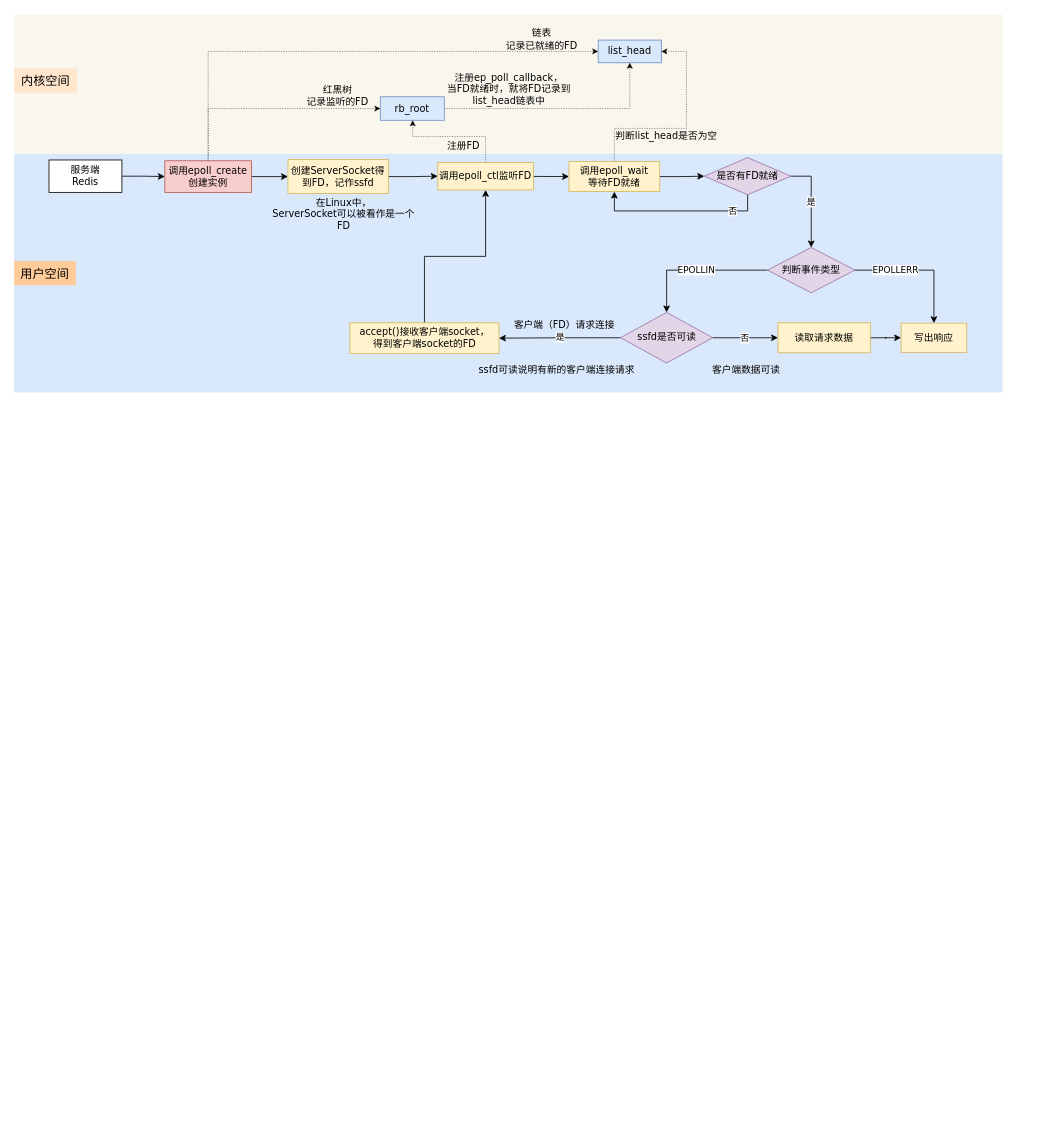
Before: Redis网络模型.drawio in Doing-code/diagrams, a draw.io diagram. Source tidied: cells renumbered, new cells numbered last; positions are measured from the earlier drawing's top-left corner, leaving out a move shared by most shapes. Both pictures are drawn from the tidied source at 81%, with x=0, y=0 at pixel (14, 14).
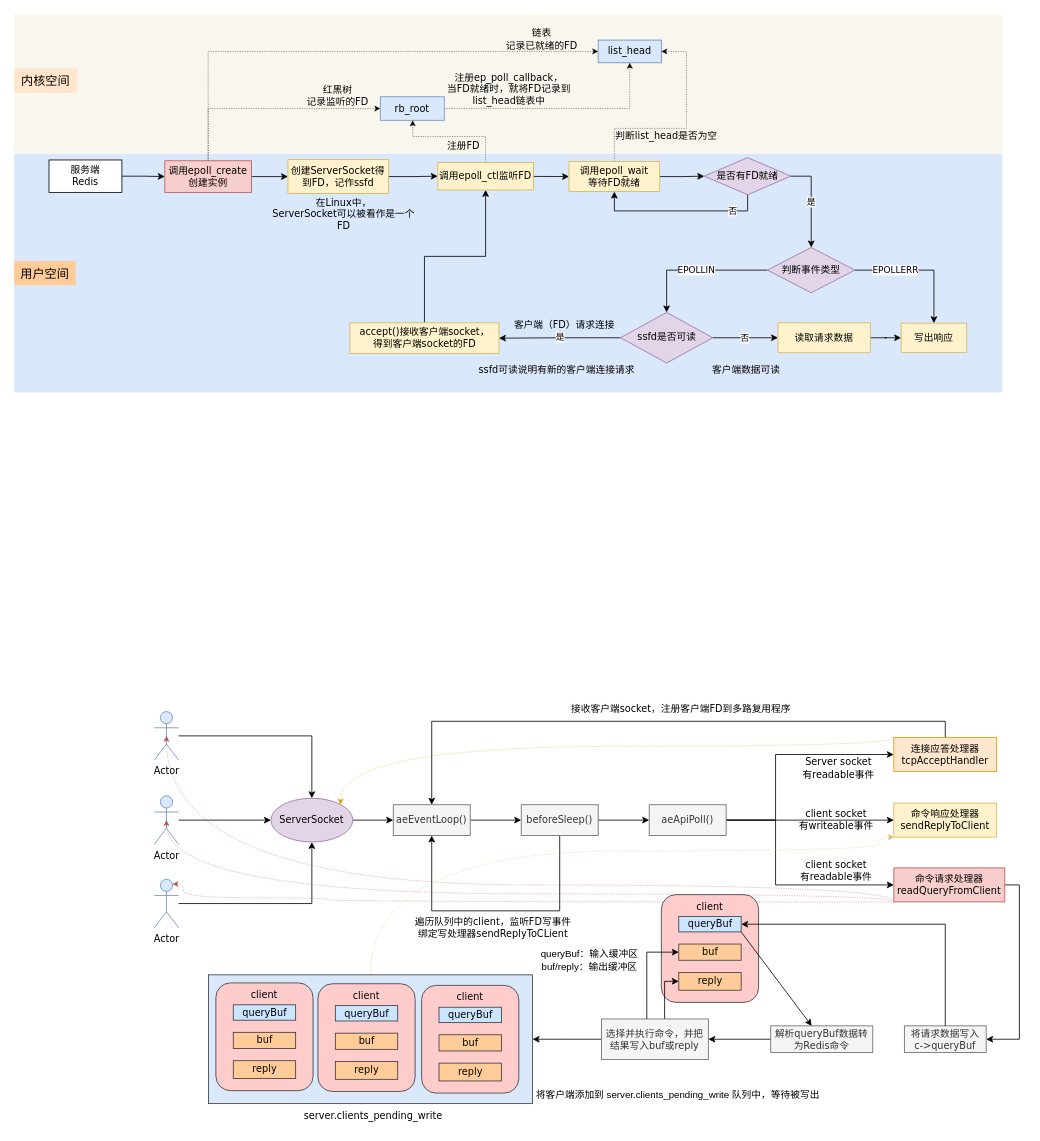
Above is the later version.

Commit message (it also covers changes not shown here):
更新Redis网络模型.drawio

What changed in the source:
```diff
@@
+    <mxCell id="46" style="edgeStyle=orthogonalEdgeStyle;rounded=0;jettySize=auto;html=1;fontFamily=Verdana;" parent="1" edge="1" source="47" target="53">
+      <mxGeometry relative="1" as="geometry" />
+    </mxCell>
+    <mxCell id="47" value="Actor" style="shape=umlActor;verticalLabelPosition=bottom;verticalAlign=top;html=1;outlineConnect=0;fontFamily=Verdana;fillColor=#dae8fc;strokeColor=#6c8ebf;" parent="1" vertex="1">
+      <mxGeometry x="173" y="861" width="30" height="60" as="geometry" />
+    </mxCell>
+    <mxCell id="48" style="edgeStyle=orthogonalEdgeStyle;rounded=0;jettySize=auto;html=1;fontFamily=Verdana;" parent="1" edge="1" source="49" target="53">
+      <mxGeometry relative="1" as="geometry" />
+    </mxCell>
+    <mxCell id="49" value="Actor" style="shape=umlActor;verticalLabelPosition=bottom;verticalAlign=top;html=1;outlineConnect=0;fontFamily=Verdana;fillColor=#dae8fc;strokeColor=#6c8ebf;" parent="1" vertex="1">
+      <mxGeometry x="173" y="965" width="30" height="60" as="geometry" />
+    </mxCell>
+    <mxCell id="50" style="edgeStyle=orthogonalEdgeStyle;rounded=0;jettySize=auto;html=1;fontFamily=Verdana;" parent="1" edge="1" source="51" target="53">
+      <mxGeometry relative="1" as="geometry" />
+    </mxCell>
+    <mxCell id="51" value="Actor" style="shape=umlActor;verticalLabelPosition=bottom;verticalAlign=top;html=1;outlineConnect=0;fontFamily=Verdana;fillColor=#dae8fc;strokeColor=#6c8ebf;" parent="1" vertex="1">
+      <mxGeometry x="173" y="1068" width="30" height="60" as="geometry" />
+    </mxCell>
+    <mxCell id="52" style="edgeStyle=orthogonalEdgeStyle;rounded=0;jettySize=auto;html=1;fontFamily=Verdana;" parent="1" edge="1" source="53" target="55">
+      <mxGeometry relative="1" as="geometry" />
+    </mxCell>
+    <mxCell id="53" value="ServerSocket" style="ellipse;whiteSpace=wrap;html=1;fontFamily=Verdana;fillColor=#e1d5e7;strokeColor=#9673a6;" parent="1" vertex="1">
+      <mxGeometry x="317" y="968" width="101" height="54" as="geometry" />
+    </mxCell>
+    <mxCell id="54" style="edgeStyle=orthogonalEdgeStyle;rounded=0;jettySize=auto;html=1;fontFamily=Verdana;" parent="1" edge="1" source="55" target="58">
+      <mxGeometry relative="1" as="geometry" />
+    </mxCell>
+    <mxCell id="55" value="aeEventLoop()" style="rounded=0;whiteSpace=wrap;html=1;fontFamily=Verdana;fillColor=#f5f5f5;fontColor=#333333;strokeColor=#666666;" parent="1" vertex="1">
+      <mxGeometry x="468" y="976" width="95" height="38" as="geometry" />
+    </mxCell>
+    <mxCell id="56" style="edgeStyle=orthogonalEdgeStyle;rounded=0;jettySize=auto;html=1;fontFamily=Verdana;" parent="1" edge="1" source="58" target="62">
+      <mxGeometry relative="1" as="geometry" />
+    </mxCell>
+    <mxCell id="57" style="edgeStyle=orthogonalEdgeStyle;rounded=0;jettySize=auto;html=1;entryX=0.5;entryY=1;entryDx=0;entryDy=0;exitX=0.5;exitY=1;exitDx=0;exitDy=0;fontFamily=Verdana;" parent="1" edge="1" source="58" target="55">
+      <mxGeometry relative="1" as="geometry">
+        <Array as="points">
+          <mxPoint x="674" y="1107" />
+          <mxPoint x="516" y="1107" />
+        </Array>
+      </mxGeometry>
+    </mxCell>
+    <mxCell id="58" value="beforeSleep()" style="rounded=0;whiteSpace=wrap;html=1;fontFamily=Verdana;fillColor=#f5f5f5;fontColor=#333333;strokeColor=#666666;" parent="1" vertex="1">
+      <mxGeometry x="626" y="976" width="95" height="38" as="geometry" />
+    </mxCell>
+    <mxCell id="59" style="edgeStyle=orthogonalEdgeStyle;rounded=0;jettySize=auto;html=1;fontFamily=Verdana;" parent="1" edge="1" source="62" target="71">
+      <mxGeometry relative="1" as="geometry" />
+    </mxCell>
+    <mxCell id="60" style="edgeStyle=orthogonalEdgeStyle;rounded=0;jettySize=auto;html=1;entryX=0;entryY=0.5;entryDx=0;entryDy=0;fontFamily=Verdana;" parent="1" edge="1" source="62" target="65">
+      <mxGeometry relative="1" as="geometry">
+        <Array as="points">
+          <mxPoint x="940" y="995" />
+          <mxPoint x="940" y="914" />
+        </Array>
+      </mxGeometry>
+    </mxCell>
+    <mxCell id="61" style="edgeStyle=orthogonalEdgeStyle;rounded=0;jettySize=auto;html=1;entryX=0;entryY=0.5;entryDx=0;entryDy=0;fontFamily=Verdana;" parent="1" edge="1" source="62" target="70">
+      <mxGeometry relative="1" as="geometry">
+        <Array as="points">
+          <mxPoint x="940" y="995" />
+          <mxPoint x="940" y="1075" />
+        </Array>
+      </mxGeometry>
+    </mxCell>
+    <mxCell id="62" value="aeApiPoll()" style="rounded=0;whiteSpace=wrap;html=1;fontFamily=Verdana;fillColor=#f5f5f5;fontColor=#333333;strokeColor=#666666;" parent="1" vertex="1">
+      <mxGeometry x="784" y="976" width="95" height="38" as="geometry" />
+    </mxCell>
+    <mxCell id="63" style="edgeStyle=orthogonalEdgeStyle;rounded=0;jettySize=auto;html=1;exitX=0.5;exitY=0;exitDx=0;exitDy=0;fontFamily=Verdana;" parent="1" edge="1" source="65" target="55">
+      <mxGeometry relative="1" as="geometry" />
+    </mxCell>
+    <mxCell id="64" style="edgeStyle=orthogonalEdgeStyle;rounded=0;jettySize=auto;html=1;exitX=0;exitY=0;exitDx=0;exitDy=0;entryX=1;entryY=0;entryDx=0;entryDy=0;curved=1;dashed=1;strokeWidth=0.5;fontFamily=Verdana;fillColor=#ffe6cc;strokeColor=#d79b00;" parent="1" edge="1" source="65" target="53">
+      <mxGeometry relative="1" as="geometry">
+        <Array as="points">
+          <mxPoint x="1086" y="904" />
+          <mxPoint x="403" y="904" />
+        </Array>
+      </mxGeometry>
+    </mxCell>
+    <mxCell id="65" value="连接应答处理器&lt;br&gt;tcpAcceptHandler" style="rounded=0;whiteSpace=wrap;html=1;fontFamily=Verdana;fillColor=#ffe6cc;strokeColor=#d79b00;" parent="1" vertex="1">
+      <mxGeometry x="1086" y="893" width="127" height="42" as="geometry" />
+    </mxCell>
+    <mxCell id="66" style="edgeStyle=orthogonalEdgeStyle;rounded=0;jettySize=auto;html=1;entryX=1;entryY=0.5;entryDx=0;entryDy=0;exitX=1;exitY=0.5;exitDx=0;exitDy=0;fontFamily=Verdana;" parent="1" edge="1" source="70" target="72">
+      <mxGeometry relative="1" as="geometry">
+        <Array as="points">
+          <mxPoint x="1241" y="1076" />
+          <mxPoint x="1241" y="1265" />
+          <mxPoint x="1217" y="1265" />
+        </Array>
+      </mxGeometry>
+    </mxCell>
+    <mxCell id="67" style="edgeStyle=orthogonalEdgeStyle;rounded=0;jettySize=auto;html=1;exitX=0;exitY=1;exitDx=0;exitDy=0;entryX=0.5;entryY=0.5;entryDx=0;entryDy=0;entryPerimeter=0;curved=1;dashed=1;strokeWidth=0.5;fontFamily=Verdana;fillColor=#f8cecc;strokeColor=#b85450;" parent="1" edge="1" source="70" target="47">
+      <mxGeometry relative="1" as="geometry">
+        <Array as="points">
+          <mxPoint x="1086" y="1075" />
+          <mxPoint x="188" y="1075" />
+        </Array>
+      </mxGeometry>
+    </mxCell>
+    <mxCell id="68" style="edgeStyle=orthogonalEdgeStyle;rounded=0;jettySize=auto;html=1;exitX=0;exitY=1;exitDx=0;exitDy=0;entryX=0.5;entryY=0.5;entryDx=0;entryDy=0;entryPerimeter=0;curved=1;dashed=1;strokeWidth=0.5;fontFamily=Verdana;fillColor=#f8cecc;strokeColor=#b85450;" parent="1" edge="1" source="70" target="49">
+      <mxGeometry relative="1" as="geometry">
+        <Array as="points">
+          <mxPoint x="1086" y="1086" />
+          <mxPoint x="188" y="1086" />
+        </Array>
+      </mxGeometry>
+    </mxCell>
+    <mxCell id="69" style="edgeStyle=orthogonalEdgeStyle;rounded=0;jettySize=auto;html=1;exitX=0;exitY=1;exitDx=0;exitDy=0;curved=1;dashed=1;strokeWidth=0.5;entryX=0.75;entryY=0.1;entryDx=0;entryDy=0;entryPerimeter=0;fontFamily=Verdana;fillColor=#f8cecc;strokeColor=#b85450;" parent="1" edge="1" source="70" target="51">
+      <mxGeometry relative="1" as="geometry">
+        <Array as="points">
+          <mxPoint x="392" y="1096" />
+          <mxPoint x="392" y="1091" />
+          <mxPoint x="209" y="1091" />
+          <mxPoint x="209" y="1074" />
+        </Array>
+      </mxGeometry>
+    </mxCell>
+    <mxCell id="70" value="命令请求处理器&lt;br&gt;readQueryFromClient" style="rounded=0;whiteSpace=wrap;html=1;fontFamily=Verdana;fillColor=#f8cecc;strokeColor=#b85450;" parent="1" vertex="1">
+      <mxGeometry x="1086" y="1054" width="137" height="42" as="geometry" />
+    </mxCell>
+    <mxCell id="71" value="命令响应处理器&lt;br&gt;sendReplyToClient" style="rounded=0;whiteSpace=wrap;html=1;fontFamily=Verdana;fillColor=#fff2cc;strokeColor=#d6b656;" parent="1" vertex="1">
+      <mxGeometry x="1086" y="974" width="127" height="42" as="geometry" />
+    </mxCell>
+    <mxCell id="72" value="将请求数据写入 &lt;br&gt;c-&amp;gt;queryBuf" style="rounded=0;whiteSpace=wrap;html=1;fontFamily=Verdana;fillColor=#f5f5f5;fontColor=#333333;strokeColor=#666666;" parent="1" vertex="1">
+      <mxGeometry x="1099" y="1249" width="101" height="33" as="geometry" />
+    </mxCell>
+    <mxCell id="73" style="rounded=1;whiteSpace=wrap;html=1;fontFamily=Verdana;fillColor=#ffcccc;strokeColor=#36393d;" parent="1" vertex="1">
+      <mxGeometry x="799" y="1087" width="120" height="133" as="geometry" />
+    </mxCell>
+    <mxCell id="74" style="rounded=0;jettySize=auto;html=1;exitX=1;exitY=1;exitDx=0;exitDy=0;fontFamily=Verdana;" parent="1" edge="1" source="75" target="80">
+      <mxGeometry relative="1" as="geometry" />
+    </mxCell>
+    <mxCell id="75" value="queryBuf" style="rounded=0;whiteSpace=wrap;html=1;fontFamily=Verdana;fillColor=#cce5ff;strokeColor=#36393d;" parent="1" vertex="1">
+      <mxGeometry x="820.5" y="1114" width="77" height="19" as="geometry" />
+    </mxCell>
+    <mxCell id="76" value="client" style="text;html=1;strokeColor=none;fillColor=none;align=center;verticalAlign=middle;whiteSpace=wrap;rounded=0;fontFamily=Verdana;" parent="1" vertex="1">
+      <mxGeometry x="829" y="1087" width="60" height="30" as="geometry" />
+    </mxCell>
+    <mxCell id="77" value="buf" style="rounded=0;whiteSpace=wrap;html=1;fontFamily=Verdana;fillColor=#ffcc99;strokeColor=#36393d;" parent="1" vertex="1">
+      <mxGeometry x="820.5" y="1148" width="77" height="20" as="geometry" />
+    </mxCell>
+    <mxCell id="78" value="reply" style="rounded=0;whiteSpace=wrap;html=1;fontFamily=Verdana;fillColor=#ffcc99;strokeColor=#36393d;" parent="1" vertex="1">
+      <mxGeometry x="820.5" y="1183" width="77" height="22" as="geometry" />
+    </mxCell>
+    <mxCell id="79" style="edgeStyle=orthogonalEdgeStyle;rounded=0;jettySize=auto;html=1;fontFamily=Verdana;" parent="1" edge="1" source="80" target="84">
+      <mxGeometry relative="1" as="geometry" />
+    </mxCell>
+    <mxCell id="80" value="解析queryBuf数据转为Redis命令" style="rounded=0;whiteSpace=wrap;html=1;fontFamily=Verdana;fillColor=#f5f5f5;fontColor=#333333;strokeColor=#666666;" parent="1" vertex="1">
+      <mxGeometry x="934" y="1249" width="126" height="33" as="geometry" />
+    </mxCell>
+    <mxCell id="81" style="edgeStyle=orthogonalEdgeStyle;rounded=0;jettySize=auto;html=1;entryX=0;entryY=0.5;entryDx=0;entryDy=0;fontFamily=Verdana;" parent="1" edge="1" source="84" target="77">
+      <mxGeometry relative="1" as="geometry">
+        <Array as="points">
+          <mxPoint x="781" y="1158" />
+        </Array>
+      </mxGeometry>
+    </mxCell>
+    <mxCell id="82" style="edgeStyle=orthogonalEdgeStyle;rounded=0;jettySize=auto;html=1;entryX=0;entryY=0.5;entryDx=0;entryDy=0;fontFamily=Verdana;" parent="1" edge="1" source="84" target="78">
+      <mxGeometry relative="1" as="geometry">
+        <Array as="points">
+          <mxPoint x="803" y="1194" />
+        </Array>
+      </mxGeometry>
+    </mxCell>
+    <mxCell id="83" style="edgeStyle=orthogonalEdgeStyle;rounded=0;jettySize=auto;html=1;entryX=1;entryY=0.5;entryDx=0;entryDy=0;fontFamily=Verdana;" parent="1" edge="1" source="84">
+      <mxGeometry relative="1" as="geometry">
+        <mxPoint x="640" y="1265.5" as="targetPoint" />
+      </mxGeometry>
+    </mxCell>
+    <mxCell id="84" value="选择并执行命令，并把结果写入buf或reply" style="rounded=0;whiteSpace=wrap;html=1;fontFamily=Verdana;fillColor=#f5f5f5;fontColor=#333333;strokeColor=#666666;" parent="1" vertex="1">
+      <mxGeometry x="725" y="1240.5" width="132" height="50" as="geometry" />
+    </mxCell>
+    <mxCell id="85" style="edgeStyle=orthogonalEdgeStyle;rounded=0;jettySize=auto;html=1;entryX=1;entryY=0.5;entryDx=0;entryDy=0;exitX=0.5;exitY=0;exitDx=0;exitDy=0;fontFamily=Verdana;" parent="1" edge="1" source="72" target="75">
+      <mxGeometry relative="1" as="geometry" />
+    </mxCell>
+    <mxCell id="86" value="Server socket&lt;br&gt;有readable事件" style="text;html=1;strokeColor=none;fillColor=none;align=center;verticalAlign=middle;whiteSpace=wrap;rounded=0;fontFamily=Verdana;" parent="1" vertex="1">
+      <mxGeometry x="970" y="913" width="96" height="35" as="geometry" />
+    </mxCell>
+    <mxCell id="87" value="client socket&lt;br&gt;有writeable事件" style="text;html=1;strokeColor=none;fillColor=none;align=center;verticalAlign=middle;whiteSpace=wrap;rounded=0;fontFamily=Verdana;" parent="1" vertex="1">
+      <mxGeometry x="967" y="977" width="96" height="35" as="geometry" />
+    </mxCell>
+    <mxCell id="88" value="client socket&lt;br&gt;有readable事件" style="text;html=1;strokeColor=none;fillColor=none;align=center;verticalAlign=middle;whiteSpace=wrap;rounded=0;fontFamily=Verdana;" parent="1" vertex="1">
+      <mxGeometry x="967" y="1039" width="96" height="35" as="geometry" />
+    </mxCell>
+    <mxCell id="89" style="edgeStyle=orthogonalEdgeStyle;rounded=0;jettySize=auto;html=1;exitX=0.5;exitY=0;exitDx=0;exitDy=0;entryX=0;entryY=1;entryDx=0;entryDy=0;curved=1;dashed=1;strokeWidth=0.5;fontFamily=Verdana;fillColor=#fff2cc;strokeColor=#d6b656;" parent="1" edge="1" target="71">
+      <mxGeometry relative="1" as="geometry">
+        <mxPoint x="440" y="1186" as="sourcePoint" />
+        <Array as="points">
+          <mxPoint x="440" y="1033" />
+          <mxPoint x="1068" y="1033" />
+          <mxPoint x="1068" y="1016" />
+        </Array>
+      </mxGeometry>
+    </mxCell>
+    <mxCell id="90" value="接收客户端socket，注册客户端FD到多路复用程序" style="text;html=1;strokeColor=none;fillColor=none;align=center;verticalAlign=middle;whiteSpace=wrap;rounded=0;fontFamily=Verdana;" parent="1" vertex="1">
+      <mxGeometry x="657" y="843" width="333" height="30" as="geometry" />
+    </mxCell>
+    <mxCell id="91" value="遍历队列中的client，监听FD写事件&lt;br&gt;绑定写处理器sendReplyToCLient" style="text;html=1;strokeColor=none;fillColor=none;align=center;verticalAlign=middle;whiteSpace=wrap;rounded=0;fontFamily=Verdana;" parent="1" vertex="1">
+      <mxGeometry x="489" y="1106" width="205" height="44.5" as="geometry" />
+    </mxCell>
+    <mxCell id="92" style="group;fontFamily=Verdana;fillColor=#DAE8FC;strokeColor=#36393d;" parent="1" vertex="1">
+      <mxGeometry x="240" y="1186" width="400" height="159" as="geometry" />
+    </mxCell>
+    <mxCell id="93" value="server.clients_pending_write" style="text;html=1;strokeColor=none;fillColor=none;align=center;verticalAlign=middle;whiteSpace=wrap;rounded=0;fontFamily=Verdana;" parent="1" vertex="1">
+      <mxGeometry x="353.5" y="1345" width="179" height="30" as="geometry" />
+    </mxCell>
+    <mxCell id="94" style="rounded=1;whiteSpace=wrap;html=1;fontFamily=Verdana;fillColor=#ffcccc;strokeColor=#36393d;" parent="1" vertex="1">
+      <mxGeometry x="503" y="1199" width="120" height="133" as="geometry" />
+    </mxCell>
+    <mxCell id="95" value="queryBuf" style="rounded=0;whiteSpace=wrap;html=1;fontFamily=Verdana;fillColor=#cce5ff;strokeColor=#36393d;" parent="1" vertex="1">
+      <mxGeometry x="524.5" y="1226" width="77" height="19" as="geometry" />
+    </mxCell>
+    <mxCell id="96" value="client" style="text;html=1;strokeColor=none;fillColor=none;align=center;verticalAlign=middle;whiteSpace=wrap;rounded=0;fontFamily=Verdana;" parent="1" vertex="1">
+      <mxGeometry x="533" y="1199" width="60" height="30" as="geometry" />
+    </mxCell>
+    <mxCell id="97" value="buf" style="rounded=0;whiteSpace=wrap;html=1;fontFamily=Verdana;fillColor=#ffcc99;strokeColor=#36393d;" parent="1" vertex="1">
+      <mxGeometry x="524.5" y="1260" width="77" height="20" as="geometry" />
+    </mxCell>
+    <mxCell id="98" value="reply" style="rounded=0;whiteSpace=wrap;html=1;fontFamily=Verdana;fillColor=#ffcc99;strokeColor=#36393d;" parent="1" vertex="1">
+      <mxGeometry x="524.5" y="1295" width="77" height="22" as="geometry" />
+    </mxCell>
+    <mxCell id="99" style="rounded=1;whiteSpace=wrap;html=1;fontFamily=Verdana;fillColor=#ffcccc;strokeColor=#36393d;" parent="1" vertex="1">
+      <mxGeometry x="375" y="1197" width="120" height="133" as="geometry" />
+    </mxCell>
+    <mxCell id="100" value="queryBuf" style="rounded=0;whiteSpace=wrap;html=1;fontFamily=Verdana;fillColor=#cce5ff;strokeColor=#36393d;" parent="1" vertex="1">
+      <mxGeometry x="396.5" y="1224" width="77" height="19" as="geometry" />
+    </mxCell>
+    <mxCell id="101" value="client" style="text;html=1;strokeColor=none;fillColor=none;align=center;verticalAlign=middle;whiteSpace=wrap;rounded=0;fontFamily=Verdana;" parent="1" vertex="1">
+      <mxGeometry x="405" y="1197" width="60" height="30" as="geometry" />
+    </mxCell>
+    <mxCell id="102" value="buf" style="rounded=0;whiteSpace=wrap;html=1;fontFamily=Verdana;fillColor=#ffcc99;strokeColor=#36393d;" parent="1" vertex="1">
+      <mxGeometry x="396.5" y="1258" width="77" height="20" as="geometry" />
+    </mxCell>
+    <mxCell id="103" value="reply" style="rounded=0;whiteSpace=wrap;html=1;fontFamily=Verdana;fillColor=#ffcc99;strokeColor=#36393d;" parent="1" vertex="1">
+      <mxGeometry x="396.5" y="1293" width="77" height="22" as="geometry" />
+    </mxCell>
+    <mxCell id="104" style="rounded=1;whiteSpace=wrap;html=1;fontFamily=Verdana;fillColor=#ffcccc;strokeColor=#36393d;" parent="1" vertex="1">
+      <mxGeometry x="249" y="1196" width="120" height="133" as="geometry" />
+    </mxCell>
+    <mxCell id="105" value="queryBuf" style="rounded=0;whiteSpace=wrap;html=1;fontFamily=Verdana;fillColor=#cce5ff;strokeColor=#36393d;" parent="1" vertex="1">
+      <mxGeometry x="270.5" y="1223" width="77" height="19" as="geometry" />
+    </mxCell>
+    <mxCell id="106" value="client" style="text;html=1;strokeColor=none;fillColor=none;align=center;verticalAlign=middle;whiteSpace=wrap;rounded=0;fontFamily=Verdana;" parent="1" vertex="1">
+      <mxGeometry x="279" y="1196" width="60" height="30" as="geometry" />
+    </mxCell>
+    <mxCell id="107" value="buf" style="rounded=0;whiteSpace=wrap;html=1;fontFamily=Verdana;fillColor=#ffcc99;strokeColor=#36393d;" parent="1" vertex="1">
+      <mxGeometry x="270.5" y="1257" width="77" height="20" as="geometry" />
+    </mxCell>
+    <mxCell id="108" value="reply" style="rounded=0;whiteSpace=wrap;html=1;fontFamily=Verdana;fillColor=#ffcc99;strokeColor=#36393d;" parent="1" vertex="1">
+      <mxGeometry x="270.5" y="1292" width="77" height="22" as="geometry" />
+    </mxCell>
+    <mxCell id="109" value="queryBuf：输入缓冲区&lt;br&gt;buf/reply：输出缓冲区" style="text;html=1;strokeColor=none;fillColor=none;align=center;verticalAlign=middle;whiteSpace=wrap;rounded=0;" parent="1" vertex="1">
+      <mxGeometry x="637" y="1146" width="147" height="43" as="geometry" />
+    </mxCell>
+    <mxCell id="110" value="将客户端添加到&amp;nbsp;server.clients_pending_write 队列中，等待被写出" style="text;html=1;strokeColor=none;fillColor=none;align=center;verticalAlign=middle;whiteSpace=wrap;rounded=0;" parent="1" vertex="1">
+      <mxGeometry x="640" y="1319" width="359" height="30" as="geometry" />
+    </mxCell>
```
